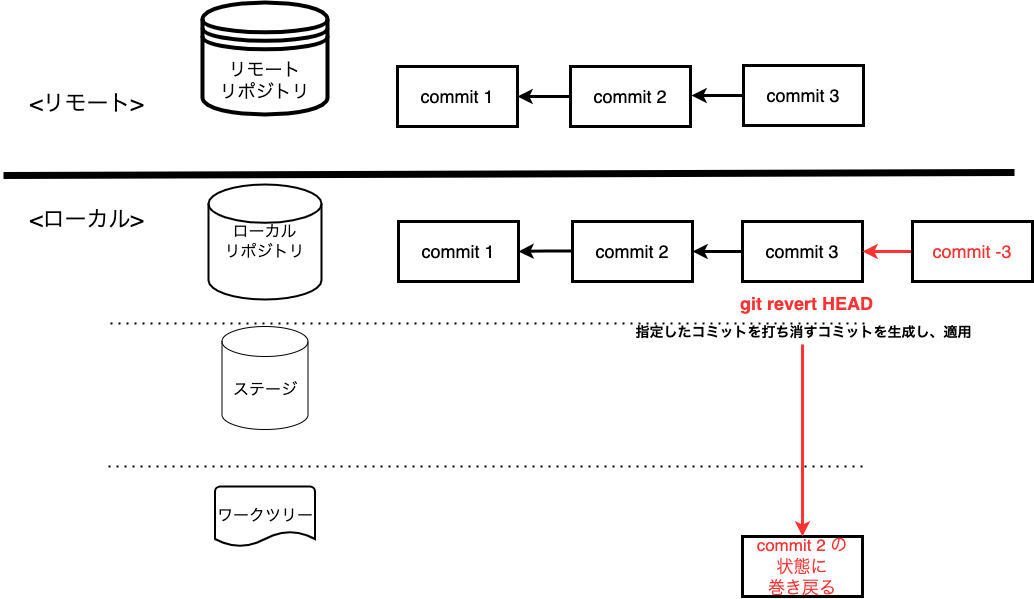
This is assets/image/Git勉強会_コマンドイメージ図-revert.drawio.png from irongineer/learning-git-for-team, a draw.io export, as it was before one commit. Source tidied: cells renumbered, new cells last; positions are measured from the earlier drawing's top-left corner, leaving out a move shared by most shapes.
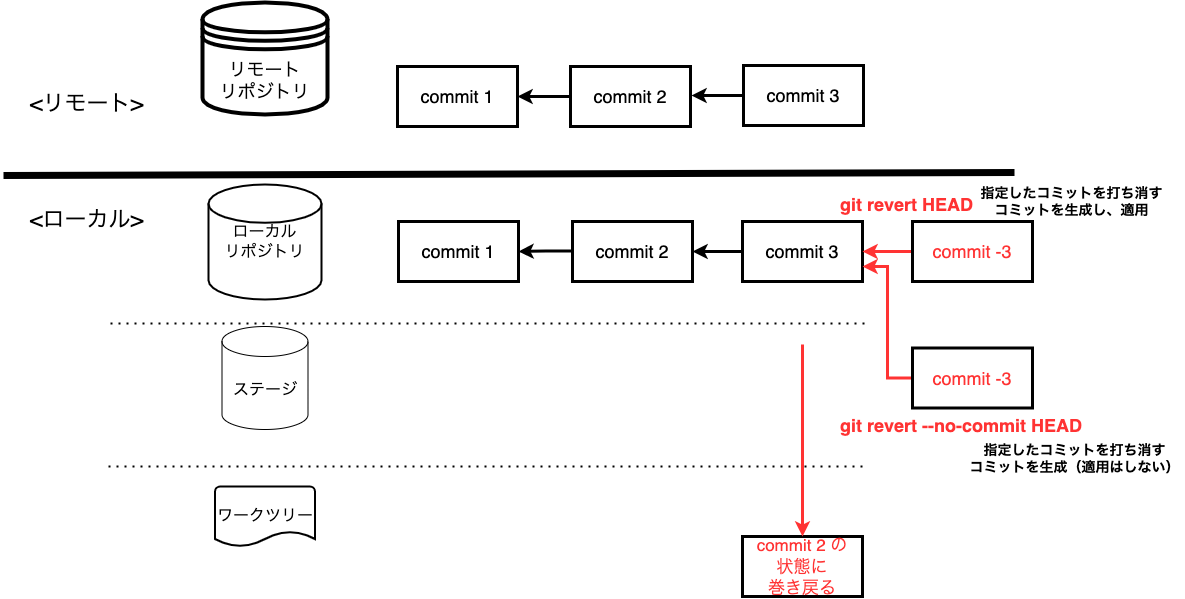
The same file after the commit.

Change to the diagram source:
```diff
@@ -76,8 +76,8 @@
     <mxCell id="20" value="&lt;font color=&quot;#000000&quot;&gt;commit 3&lt;/font&gt;" style="whiteSpace=wrap;html=1;fontSize=18;fontColor=#FF3333;strokeWidth=3;" parent="1" vertex="1">
       <mxGeometry x="739" y="219" width="120" height="60" as="geometry" />
     </mxCell>
-    <mxCell id="21" value="&lt;span style=&quot;font-size: 14px&quot;&gt;&lt;b&gt;指定したコミットを打ち消すコミットを生成し、適用&lt;br&gt;&lt;/b&gt;&lt;/span&gt;" style="text;html=1;align=center;verticalAlign=middle;strokeColor=none;fillColor=none;" parent="1" vertex="1">
-      <mxGeometry x="627" y="320" width="346" height="19" as="geometry" />
+    <mxCell id="21" value="&lt;span style=&quot;font-size: 14px&quot;&gt;&lt;b&gt;指定したコミットを打ち消す&lt;br&gt;コミットを生成し、適用&lt;br&gt;&lt;/b&gt;&lt;/span&gt;" style="text;html=1;align=center;verticalAlign=middle;strokeColor=none;fillColor=none;" parent="1" vertex="1">
+      <mxGeometry x="972" y="182" width="192" height="34" as="geometry" />
     </mxCell>
     <mxCell id="22" style="edgeStyle=orthogonalEdgeStyle;rounded=0;jettySize=auto;html=1;fontSize=14;strokeWidth=3;" parent="1" edge="1" source="23">
       <mxGeometry relative="1" as="geometry">
@@ -94,7 +94,19 @@
       <mxGeometry x="909" y="219" width="120" height="60" as="geometry" />
     </mxCell>
     <mxCell id="26" value="&lt;b style=&quot;font-size: 18px ; font-style: normal ; letter-spacing: normal ; text-align: center ; text-indent: 0px ; text-transform: none ; word-spacing: 0px ; color: rgb(255 , 51 , 51) ; font-family: &amp;#34;helvetica&amp;#34;&quot;&gt;git revert HEAD&lt;/b&gt;" style="text;whiteSpace=wrap;html=1;fontSize=18;fontColor=#000000;" parent="1" vertex="1">
-      <mxGeometry x="735" y="284" width="216" height="36" as="geometry" />
+      <mxGeometry x="835" y="185" width="216" height="36" as="geometry" />
     </mxCell>
+    <mxCell id="27" style="edgeStyle=orthogonalEdgeStyle;rounded=0;jettySize=auto;html=1;exitX=0;exitY=0.5;exitDx=0;exitDy=0;entryX=1;entryY=0.75;entryDx=0;entryDy=0;strokeWidth=3;strokeColor=#FF3333;" parent="1" edge="1" source="28" target="20">
+      <mxGeometry relative="1" as="geometry" />
+    </mxCell>
+    <mxCell id="28" value="commit -3" style="whiteSpace=wrap;html=1;fontSize=18;fontColor=#FF3333;strokeWidth=3;" parent="1" vertex="1">
+      <mxGeometry x="909" y="345.5" width="120" height="60" as="geometry" />
+    </mxCell>
+    <mxCell id="29" value="&lt;b style=&quot;font-size: 18px ; font-style: normal ; letter-spacing: normal ; text-align: center ; text-indent: 0px ; text-transform: none ; word-spacing: 0px ; color: rgb(255 , 51 , 51) ; font-family: &amp;#34;helvetica&amp;#34;&quot;&gt;git revert --no-commit HEAD&lt;/b&gt;" style="text;whiteSpace=wrap;html=1;fontSize=18;fontColor=#000000;" parent="1" vertex="1">
+      <mxGeometry x="835" y="405.5" width="271" height="36" as="geometry" />
+    </mxCell>
+    <mxCell id="30" value="&lt;span style=&quot;font-size: 14px&quot;&gt;&lt;b&gt;指定したコミットを打ち消す&lt;br&gt;コミットを生成（適用はしない）&lt;br&gt;&lt;/b&gt;&lt;/span&gt;" style="text;html=1;align=center;verticalAlign=middle;strokeColor=none;fillColor=none;" parent="1" vertex="1">
+      <mxGeometry x="961" y="439" width="220" height="34" as="geometry" />
+    </mxCell>
   </root>
 </mxGraphModel>
```
